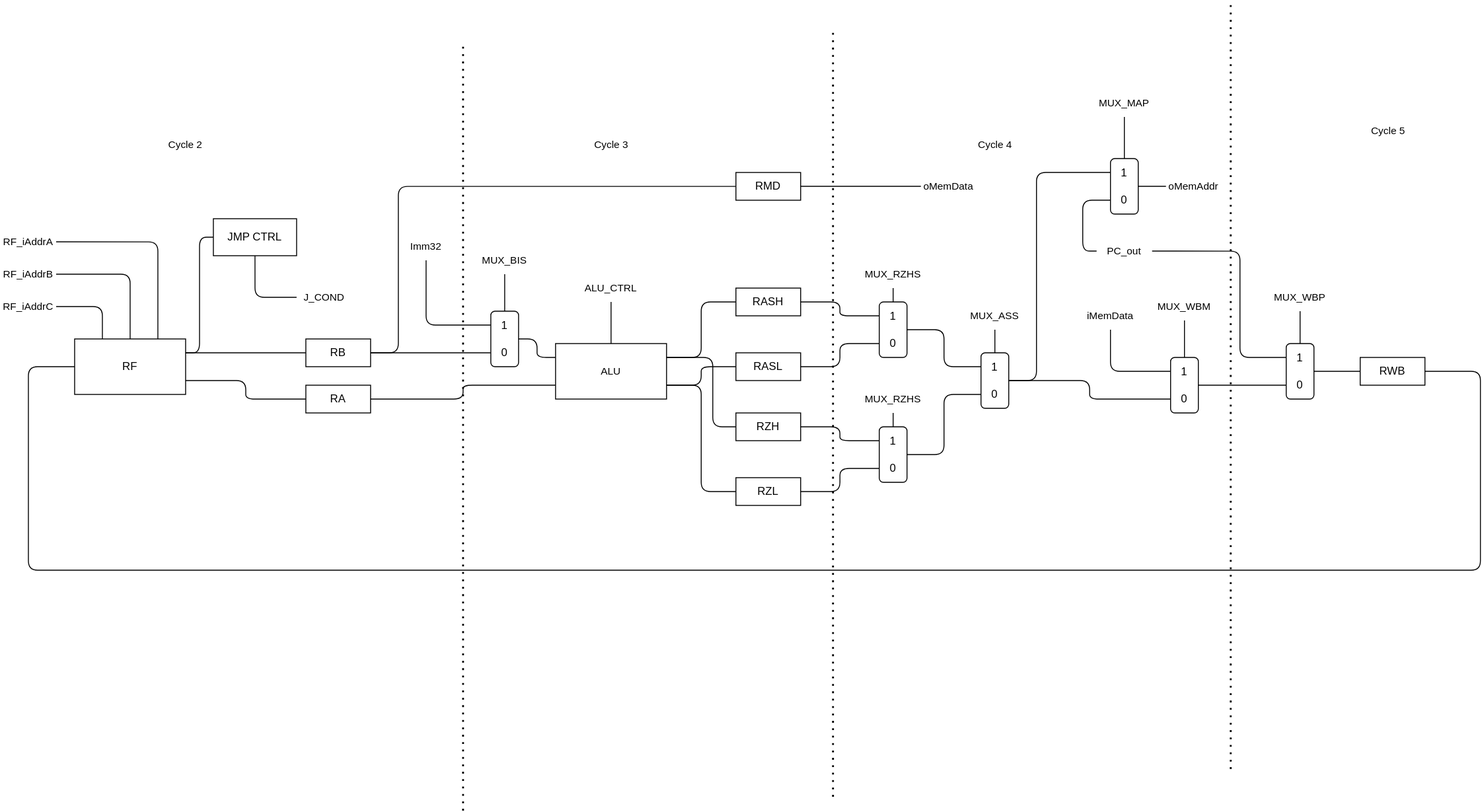
The draw.io diagram sh.drawio.svg in Jchisholm204/MiniSRC, before a commit. Source tidied: cells renumbered, new cells last; positions are measured from the earlier drawing's top-left corner, leaving out a move shared by most shapes.
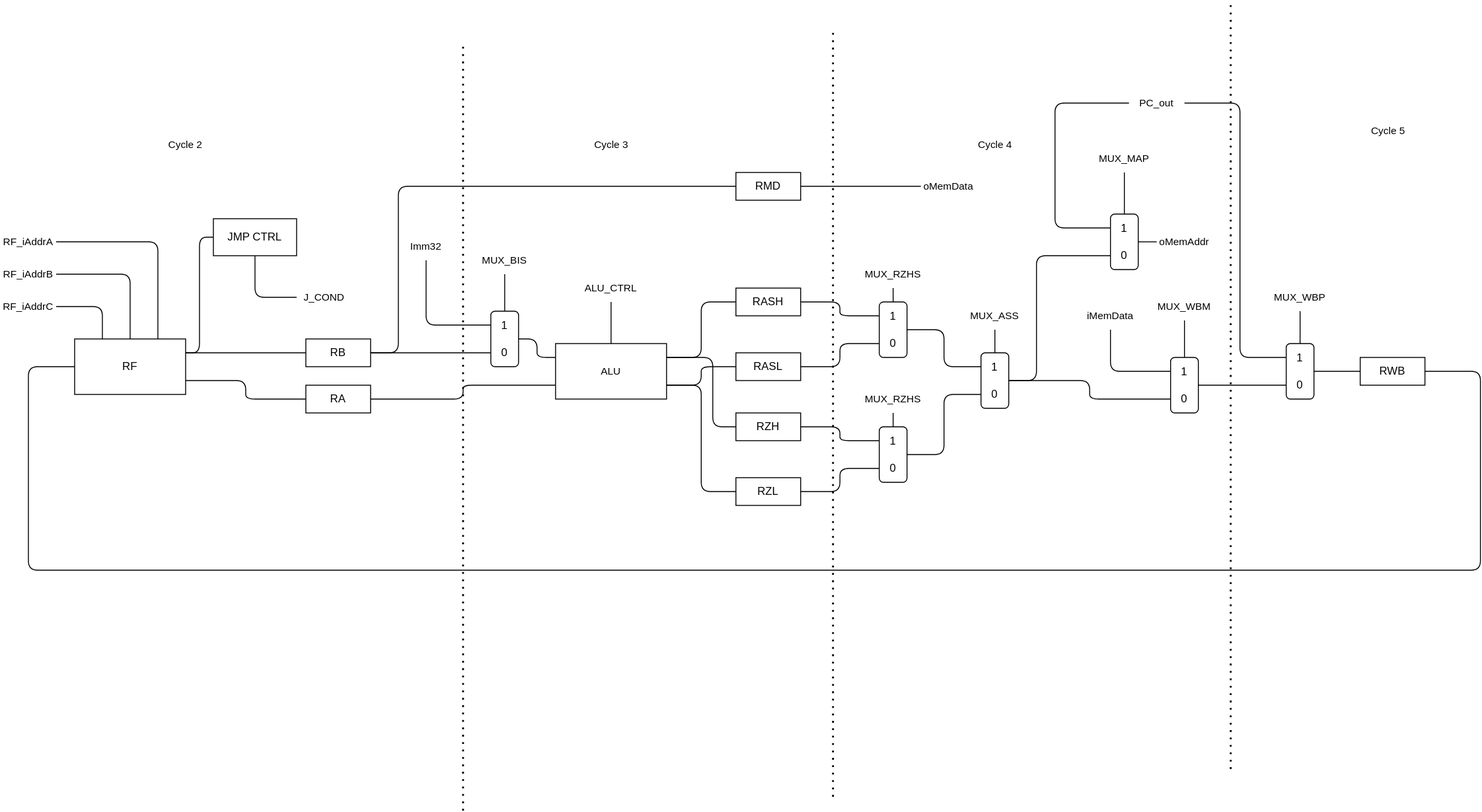
The same file after the commit.

Commit message:
update MAP MUX

The edit, as a diff of the source:
```diff
@@ -119,11 +119,11 @@
     <mxCell id="36" style="edgeStyle=orthogonalEdgeStyle;shape=connector;rounded=1;html=1;exitX=1;exitY=0.5;exitDx=0;exitDy=0;entryX=0;entryY=0.75;entryDx=0;entryDy=0;labelBackgroundColor=default;strokeColor=default;fontFamily=Helvetica;fontSize=11;fontColor=default;endArrow=none;endFill=0;" parent="1" edge="1" source="38" target="45">
       <mxGeometry relative="1" as="geometry" />
     </mxCell>
-    <mxCell id="37" style="edgeStyle=orthogonalEdgeStyle;shape=connector;rounded=1;html=1;exitX=1;exitY=0.5;exitDx=0;exitDy=0;entryX=0;entryY=0.25;entryDx=0;entryDy=0;labelBackgroundColor=default;strokeColor=default;fontFamily=Helvetica;fontSize=11;fontColor=default;endArrow=none;endFill=0;" parent="1" edge="1" source="38" target="66">
+    <mxCell id="37" style="edgeStyle=orthogonalEdgeStyle;shape=connector;rounded=1;html=1;exitX=1;exitY=0.5;exitDx=0;exitDy=0;entryX=0;entryY=0.75;entryDx=0;entryDy=0;labelBackgroundColor=default;strokeColor=default;fontFamily=Helvetica;fontSize=11;fontColor=default;endArrow=none;endFill=0;" parent="1" edge="1" source="38" target="66">
       <mxGeometry relative="1" as="geometry">
         <Array as="points">
           <mxPoint x="1120" y="410" />
-          <mxPoint x="1120" y="185" />
+          <mxPoint x="1120" y="275" />
         </Array>
       </mxGeometry>
     </mxCell>
@@ -232,36 +232,36 @@
     <mxCell id="65" style="edgeStyle=orthogonalEdgeStyle;shape=connector;rounded=1;html=1;exitX=1;exitY=0.5;exitDx=0;exitDy=0;entryX=0;entryY=0.5;entryDx=0;entryDy=0;labelBackgroundColor=default;strokeColor=default;fontFamily=Helvetica;fontSize=11;fontColor=default;endArrow=none;endFill=0;" parent="1" edge="1" source="66" target="72">
       <mxGeometry relative="1" as="geometry" />
     </mxCell>
+    <mxCell id="84" style="edgeStyle=orthogonalEdgeStyle;shape=connector;rounded=1;html=1;exitX=0;exitY=0.25;exitDx=0;exitDy=0;entryX=0;entryY=0.5;entryDx=0;entryDy=0;labelBackgroundColor=default;strokeColor=default;fontFamily=Helvetica;fontSize=11;fontColor=default;endArrow=none;endFill=0;" parent="1" edge="1" source="66" target="69">
+      <mxGeometry relative="1" as="geometry">
+        <Array as="points">
+          <mxPoint x="1140" y="245" />
+          <mxPoint x="1140" y="110" />
+        </Array>
+      </mxGeometry>
+    </mxCell>
     <mxCell id="66" value="1&lt;br&gt;&lt;br&gt;0" style="rounded=1;whiteSpace=wrap;html=1;" parent="1" vertex="1">
-      <mxGeometry x="1200" y="170" width="30" height="60" as="geometry" />
+      <mxGeometry x="1200" y="230" width="30" height="60" as="geometry" />
     </mxCell>
-    <mxCell id="67" style="edgeStyle=orthogonalEdgeStyle;shape=connector;rounded=1;html=1;exitX=0;exitY=0.5;exitDx=0;exitDy=0;entryX=0;entryY=0.75;entryDx=0;entryDy=0;labelBackgroundColor=default;strokeColor=default;fontFamily=Helvetica;fontSize=11;fontColor=default;endArrow=none;endFill=0;" parent="1" edge="1" source="69" target="66">
-      <mxGeometry relative="1" as="geometry">
-        <Array as="points">
-          <mxPoint x="1170" y="270" />
-          <mxPoint x="1170" y="215" />
-        </Array>
-      </mxGeometry>
-    </mxCell>
     <mxCell id="68" style="edgeStyle=orthogonalEdgeStyle;shape=connector;rounded=1;html=1;exitX=1;exitY=0.5;exitDx=0;exitDy=0;entryX=0;entryY=0.25;entryDx=0;entryDy=0;labelBackgroundColor=default;strokeColor=default;fontFamily=Helvetica;fontSize=11;fontColor=default;endArrow=none;endFill=0;" parent="1" edge="1" source="69" target="62">
       <mxGeometry relative="1" as="geometry">
         <Array as="points">
-          <mxPoint x="1340" y="270" />
+          <mxPoint x="1340" y="110" />
           <mxPoint x="1340" y="385" />
         </Array>
       </mxGeometry>
     </mxCell>
     <mxCell id="69" value="PC_out" style="text;html=1;strokeColor=none;fillColor=none;align=center;verticalAlign=middle;whiteSpace=wrap;rounded=0;fontFamily=Helvetica;fontSize=11;fontColor=default;" parent="1" vertex="1">
-      <mxGeometry x="1185" y="255" width="60" height="30" as="geometry" />
+      <mxGeometry x="1220" y="95" width="60" height="30" as="geometry" />
     </mxCell>
     <mxCell id="70" style="edgeStyle=orthogonalEdgeStyle;shape=connector;rounded=1;html=1;exitX=0.5;exitY=1;exitDx=0;exitDy=0;entryX=0.5;entryY=0;entryDx=0;entryDy=0;labelBackgroundColor=default;strokeColor=default;fontFamily=Helvetica;fontSize=11;fontColor=default;endArrow=none;endFill=0;" parent="1" edge="1" source="71" target="66">
       <mxGeometry relative="1" as="geometry" />
     </mxCell>
     <mxCell id="71" value="MUX_MAP" style="text;html=1;strokeColor=none;fillColor=none;align=center;verticalAlign=middle;whiteSpace=wrap;rounded=0;fontFamily=Helvetica;fontSize=11;fontColor=default;" parent="1" vertex="1">
-      <mxGeometry x="1185" y="95" width="60" height="30" as="geometry" />
+      <mxGeometry x="1185" y="155" width="60" height="30" as="geometry" />
     </mxCell>
     <mxCell id="72" value="oMemAddr" style="text;html=1;strokeColor=none;fillColor=none;align=center;verticalAlign=middle;whiteSpace=wrap;rounded=0;fontFamily=Helvetica;fontSize=11;fontColor=default;" parent="1" vertex="1">
-      <mxGeometry x="1260" y="185" width="60" height="30" as="geometry" />
+      <mxGeometry x="1250" y="245" width="60" height="30" as="geometry" />
     </mxCell>
     <mxCell id="73" style="edgeStyle=orthogonalEdgeStyle;shape=connector;rounded=1;html=1;exitX=1;exitY=0.5;exitDx=0;exitDy=0;entryX=0.25;entryY=0;entryDx=0;entryDy=0;labelBackgroundColor=default;strokeColor=default;fontFamily=Helvetica;fontSize=11;fontColor=default;endArrow=none;endFill=0;" parent="1" edge="1" source="74" target="5">
       <mxGeometry relative="1" as="geometry" />
```
